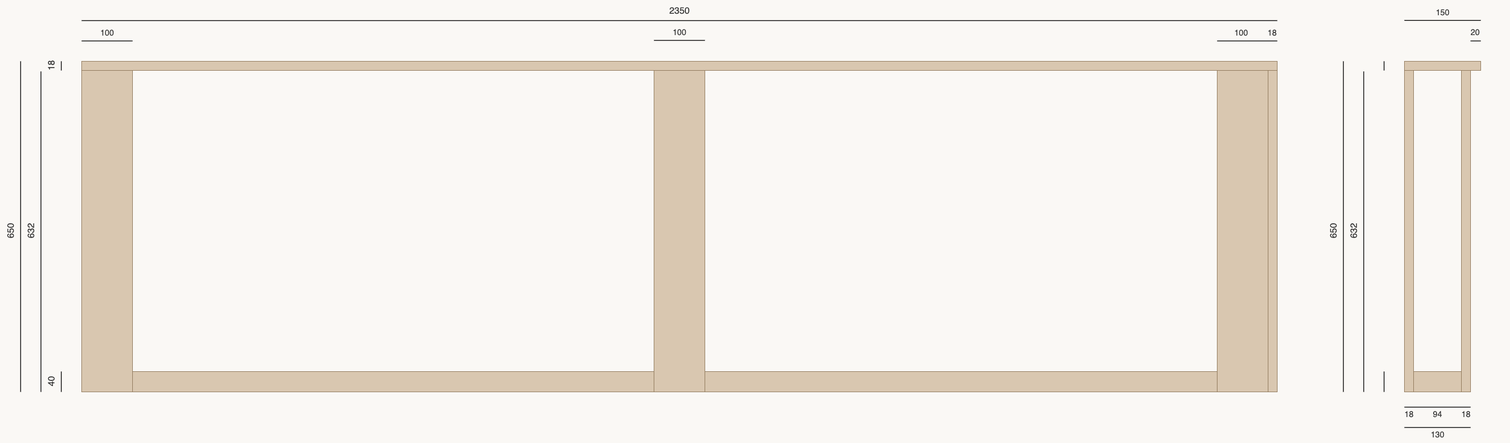
The draw.io diagram ikea-holmsund-sideboard/ikea-holmsund-sideboard.png in funkykay/diy-furniture, before a commit. Source tidied: cells renumbered, new cells last; positions are measured from the earlier drawing's top-left corner, leaving out a move shared by most shapes. The source it was exported from:
```xml
<mxGraphModel background="#faf8f5">
  <root>
    <mxCell id="0" />
    <mxCell id="1" parent="0" />
    <mxCell id="2" style="rounded=0;whiteSpace=wrap;html=1;fillColor=#d9c7b0;strokeColor=#8b7355;strokeWidth=1;" parent="1" vertex="1">
      <mxGeometry x="200" y="730" width="2332" height="40" as="geometry" />
    </mxCell>
    <mxCell id="3" style="rounded=0;whiteSpace=wrap;html=1;fillColor=#d9c7b0;strokeColor=#8b7355;strokeWidth=1;" parent="1" vertex="1">
      <mxGeometry x="200" y="120" width="2350" height="18" as="geometry" />
    </mxCell>
    <mxCell id="4" style="rounded=0;whiteSpace=wrap;html=1;rotation=0;direction=south;fillColor=#d9c7b0;strokeColor=#8b7355;strokeWidth=1;" parent="1" vertex="1">
      <mxGeometry x="200" y="138" width="100" height="632" as="geometry" />
    </mxCell>
    <mxCell id="5" style="rounded=0;whiteSpace=wrap;html=1;fillColor=#d9c7b0;strokeColor=#8b7355;strokeWidth=1;" parent="1" vertex="1">
      <mxGeometry x="1325" y="138" width="100" height="632" as="geometry" />
    </mxCell>
    <mxCell id="6" style="rounded=0;whiteSpace=wrap;html=1;fillColor=#d9c7b0;strokeColor=#8b7355;strokeWidth=1;" parent="1" vertex="1">
      <mxGeometry x="2432" y="138" width="100" height="632" as="geometry" />
    </mxCell>
    <mxCell id="7" style="rounded=0;whiteSpace=wrap;html=1;fillColor=#d9c7b0;strokeColor=#8b7355;strokeWidth=1;" parent="1" vertex="1">
      <mxGeometry x="2532" y="138" width="18" height="632" as="geometry" />
    </mxCell>
    <mxCell id="8" value="2350" style="text;html=1;strokeColor=none;fillColor=none;align=center;verticalAlign=middle;fontSize=18;fontColor=#333333;" parent="1" vertex="1">
      <mxGeometry x="1200" width="350" height="40" as="geometry" />
    </mxCell>
    <mxCell id="9" style="html=1;strokeWidth=1.5;startArrow=none;endArrow=none;" parent="1" edge="1">
      <mxGeometry relative="1" as="geometry">
        <mxPoint x="200" y="40" as="sourcePoint" />
        <mxPoint x="2550" y="40" as="targetPoint" />
      </mxGeometry>
    </mxCell>
    <mxCell id="10" value="650" style="text;html=1;strokeColor=none;fillColor=none;align=center;verticalAlign=middle;rotation=270;fontSize=18;fontColor=#333333;" parent="1" vertex="1">
      <mxGeometry y="434" width="120" height="40" as="geometry" />
    </mxCell>
    <mxCell id="11" style="html=1;strokeWidth=1.5;startArrow=none;endArrow=none;" parent="1" edge="1">
      <mxGeometry relative="1" as="geometry">
        <mxPoint x="80" y="120" as="sourcePoint" />
        <mxPoint x="80" y="770" as="targetPoint" />
      </mxGeometry>
    </mxCell>
    <mxCell id="12" value="100" style="text;html=1;strokeColor=none;fillColor=none;align=center;verticalAlign=middle;fontSize=16;fontColor=#333333;" parent="1" vertex="1">
      <mxGeometry x="185" y="50" width="130" height="30" as="geometry" />
    </mxCell>
    <mxCell id="13" style="html=1;strokeWidth=1.5;startArrow=none;endArrow=none;" parent="1" edge="1">
      <mxGeometry relative="1" as="geometry">
        <mxPoint x="200" y="80" as="sourcePoint" />
        <mxPoint x="300" y="80" as="targetPoint" />
      </mxGeometry>
    </mxCell>
    <mxCell id="14" value="18" style="text;html=1;strokeColor=none;fillColor=none;align=center;verticalAlign=middle;fontSize=16;fontColor=#333333;" parent="1" vertex="1">
      <mxGeometry x="2490" y="50" width="100" height="30" as="geometry" />
    </mxCell>
    <mxCell id="15" style="html=1;strokeWidth=1.5;startArrow=none;endArrow=none;" parent="1" edge="1">
      <mxGeometry relative="1" as="geometry">
        <mxPoint x="160" y="120" as="sourcePoint" />
        <mxPoint x="160" y="138" as="targetPoint" />
      </mxGeometry>
    </mxCell>
    <mxCell id="16" value="18" style="text;html=1;strokeColor=none;fillColor=none;align=center;verticalAlign=middle;rotation=270;fontSize=18;fontColor=#333333;" parent="1" vertex="1">
      <mxGeometry x="80" y="109" width="120" height="40" as="geometry" />
    </mxCell>
    <mxCell id="17" style="html=1;strokeWidth=1.5;startArrow=none;endArrow=none;" parent="1" edge="1">
      <mxGeometry relative="1" as="geometry">
        <mxPoint x="160" y="730" as="sourcePoint" />
        <mxPoint x="160" y="770" as="targetPoint" />
      </mxGeometry>
    </mxCell>
    <mxCell id="18" value="40" style="text;html=1;strokeColor=none;fillColor=none;align=center;verticalAlign=middle;rotation=270;fontSize=18;fontColor=#333333;" parent="1" vertex="1">
      <mxGeometry x="80" y="730" width="120" height="40" as="geometry" />
    </mxCell>
    <mxCell id="19" value="100" style="text;html=1;strokeColor=none;fillColor=none;align=center;verticalAlign=middle;fontSize=16;fontColor=#333333;" parent="1" vertex="1">
      <mxGeometry x="1310" y="49" width="130" height="30" as="geometry" />
    </mxCell>
    <mxCell id="20" style="html=1;strokeWidth=1.5;startArrow=none;endArrow=none;" parent="1" edge="1">
      <mxGeometry relative="1" as="geometry">
        <mxPoint x="1325" y="79" as="sourcePoint" />
        <mxPoint x="1425" y="79" as="targetPoint" />
      </mxGeometry>
    </mxCell>
    <mxCell id="21" value="100" style="text;html=1;strokeColor=none;fillColor=none;align=center;verticalAlign=middle;fontSize=16;fontColor=#333333;" parent="1" vertex="1">
      <mxGeometry x="2410" y="50" width="137" height="30" as="geometry" />
    </mxCell>
    <mxCell id="22" style="html=1;strokeWidth=1.5;startArrow=none;endArrow=none;" parent="1" edge="1">
      <mxGeometry relative="1" as="geometry">
        <mxPoint x="2432" y="80" as="sourcePoint" />
        <mxPoint x="2550" y="80" as="targetPoint" />
      </mxGeometry>
    </mxCell>
    <mxCell id="23" style="rounded=0;whiteSpace=wrap;html=1;fillColor=#d9c7b0;strokeColor=#8b7355;strokeWidth=1;" parent="1" vertex="1">
      <mxGeometry x="2800" y="120" width="150" height="18" as="geometry" />
    </mxCell>
    <mxCell id="24" style="rounded=0;whiteSpace=wrap;html=1;fillColor=#d9c7b0;strokeColor=#8b7355;strokeWidth=1;" parent="1" vertex="1">
      <mxGeometry x="2818" y="730" width="94" height="40" as="geometry" />
    </mxCell>
    <mxCell id="25" style="rounded=0;whiteSpace=wrap;html=1;fillColor=#d9c7b0;strokeColor=#8b7355;strokeWidth=1;" parent="1" vertex="1">
      <mxGeometry x="2800" y="138" width="18" height="632" as="geometry" />
    </mxCell>
    <mxCell id="26" style="rounded=0;whiteSpace=wrap;html=1;fillColor=#d9c7b0;strokeColor=#8b7355;strokeWidth=1;" parent="1" vertex="1">
      <mxGeometry x="2912" y="138" width="18" height="632" as="geometry" />
    </mxCell>
    <mxCell id="27" style="html=1;strokeWidth=1.5;startArrow=none;endArrow=none;" parent="1" edge="1">
      <mxGeometry relative="1" as="geometry">
        <mxPoint x="2800" y="39.7" as="sourcePoint" />
        <mxPoint x="2950" y="39.7" as="targetPoint" />
      </mxGeometry>
    </mxCell>
    <mxCell id="28" value="150" style="text;html=1;strokeColor=none;fillColor=none;align=center;verticalAlign=middle;fontSize=16;fontColor=#333333;" parent="1" vertex="1">
      <mxGeometry x="2806.5" y="9.7" width="137" height="30" as="geometry" />
    </mxCell>
    <mxCell id="29" style="html=1;strokeWidth=1.5;startArrow=none;endArrow=none;" parent="1" edge="1">
      <mxGeometry relative="1" as="geometry">
        <mxPoint x="2800" y="800" as="sourcePoint" />
        <mxPoint x="2930" y="800" as="targetPoint" />
      </mxGeometry>
    </mxCell>
    <mxCell id="30" value="94" style="text;html=1;strokeColor=none;fillColor=none;align=center;verticalAlign=middle;fontSize=16;fontColor=#333333;" parent="1" vertex="1">
      <mxGeometry x="2796.5" y="800" width="137" height="30" as="geometry" />
    </mxCell>
    <mxCell id="31" style="html=1;strokeWidth=1.5;startArrow=none;endArrow=none;" parent="1" edge="1">
      <mxGeometry relative="1" as="geometry">
        <mxPoint x="2800" y="840" as="sourcePoint" />
        <mxPoint x="2930" y="840" as="targetPoint" />
      </mxGeometry>
    </mxCell>
    <mxCell id="32" style="html=1;strokeWidth=1.5;startArrow=none;endArrow=none;" parent="1" edge="1">
      <mxGeometry relative="1" as="geometry">
        <mxPoint x="2930" y="80" as="sourcePoint" />
        <mxPoint x="2950" y="80" as="targetPoint" />
      </mxGeometry>
    </mxCell>
    <mxCell id="33" value="20" style="text;html=1;strokeColor=none;fillColor=none;align=center;verticalAlign=middle;fontSize=16;fontColor=#333333;" parent="1" vertex="1">
      <mxGeometry x="2870" y="49" width="137" height="30" as="geometry" />
    </mxCell>
    <mxCell id="34" value="130" style="text;html=1;strokeColor=none;fillColor=none;align=center;verticalAlign=middle;fontSize=16;fontColor=#333333;" parent="1" vertex="1">
      <mxGeometry x="2796.5" y="840" width="137" height="30" as="geometry" />
    </mxCell>
    <mxCell id="35" value="18" style="text;html=1;strokeColor=none;fillColor=none;align=center;verticalAlign=middle;fontSize=16;fontColor=#333333;" parent="1" vertex="1">
      <mxGeometry x="2852.5" y="800" width="137" height="30" as="geometry" />
    </mxCell>
    <mxCell id="36" value="18" style="text;html=1;strokeColor=none;fillColor=none;align=center;verticalAlign=middle;fontSize=16;fontColor=#333333;" parent="1" vertex="1">
      <mxGeometry x="2740.5" y="800" width="137" height="30" as="geometry" />
    </mxCell>
    <mxCell id="37" value="632" style="text;html=1;strokeColor=none;fillColor=none;align=center;verticalAlign=middle;rotation=270;fontSize=18;fontColor=#333333;" parent="1" vertex="1">
      <mxGeometry x="40" y="434" width="120" height="40" as="geometry" />
    </mxCell>
    <mxCell id="38" style="html=1;strokeWidth=1.5;startArrow=none;endArrow=none;" parent="1" edge="1">
      <mxGeometry relative="1" as="geometry">
        <mxPoint x="120" y="140" as="sourcePoint" />
        <mxPoint x="120" y="770" as="targetPoint" />
      </mxGeometry>
    </mxCell>
    <mxCell id="39" value="650" style="text;html=1;strokeColor=none;fillColor=none;align=center;verticalAlign=middle;rotation=270;fontSize=18;fontColor=#333333;" parent="1" vertex="1">
      <mxGeometry x="2600" y="434" width="120" height="40" as="geometry" />
    </mxCell>
    <mxCell id="40" style="html=1;strokeWidth=1.5;startArrow=none;endArrow=none;" parent="1" edge="1">
      <mxGeometry relative="1" as="geometry">
        <mxPoint x="2680" y="120" as="sourcePoint" />
        <mxPoint x="2680" y="770" as="targetPoint" />
      </mxGeometry>
    </mxCell>
    <mxCell id="41" style="html=1;strokeWidth=1.5;startArrow=none;endArrow=none;" parent="1" edge="1">
      <mxGeometry relative="1" as="geometry">
        <mxPoint x="2760" y="120" as="sourcePoint" />
        <mxPoint x="2760" y="138" as="targetPoint" />
      </mxGeometry>
    </mxCell>
    <mxCell id="42" style="html=1;strokeWidth=1.5;startArrow=none;endArrow=none;" parent="1" edge="1">
      <mxGeometry relative="1" as="geometry">
        <mxPoint x="2760" y="730" as="sourcePoint" />
        <mxPoint x="2760" y="770" as="targetPoint" />
      </mxGeometry>
    </mxCell>
    <mxCell id="43" value="632" style="text;html=1;strokeColor=none;fillColor=none;align=center;verticalAlign=middle;rotation=270;fontSize=18;fontColor=#333333;" parent="1" vertex="1">
      <mxGeometry x="2640" y="434" width="120" height="40" as="geometry" />
    </mxCell>
    <mxCell id="44" style="html=1;strokeWidth=1.5;startArrow=none;endArrow=none;" parent="1" edge="1">
      <mxGeometry relative="1" as="geometry">
        <mxPoint x="2720" y="140" as="sourcePoint" />
        <mxPoint x="2720" y="770" as="targetPoint" />
      </mxGeometry>
    </mxCell>
  </root>
</mxGraphModel>
```
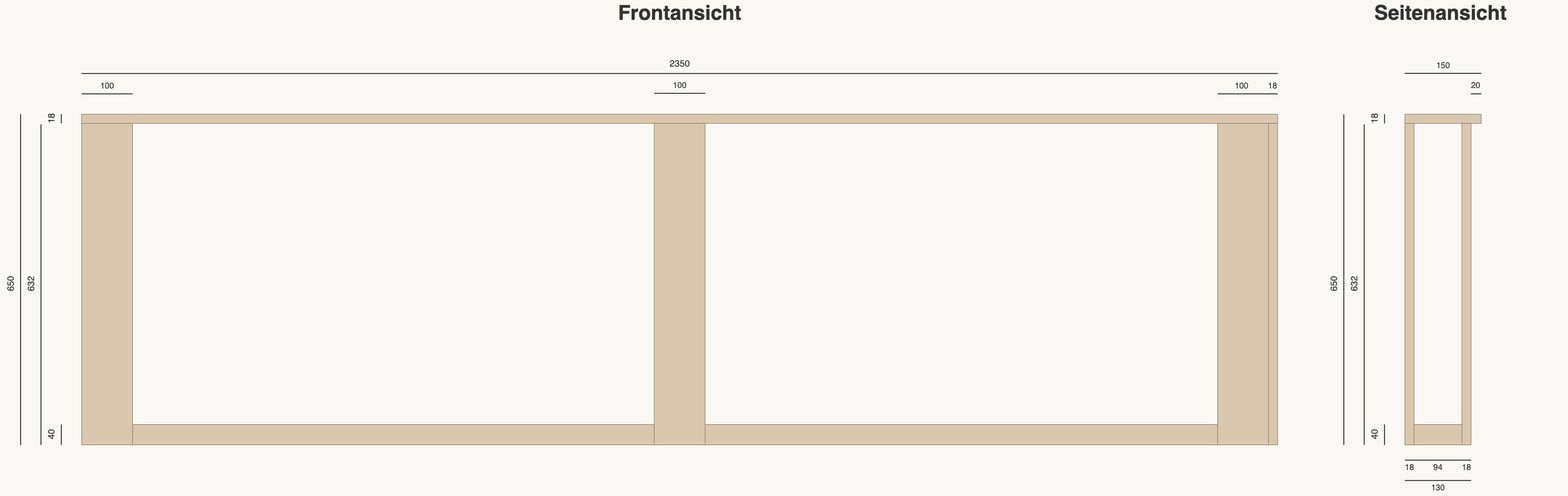
After the change.

Commit message:
feat(holmsund): überschriften für sichten

Diff of the diagram source:
```diff
@@ -179,5 +179,17 @@
         <mxPoint x="2720" y="770" as="targetPoint" />
       </mxGeometry>
     </mxCell>
+    <mxCell id="45" value="18" style="text;html=1;strokeColor=none;fillColor=none;align=center;verticalAlign=middle;rotation=270;fontSize=18;fontColor=#333333;" parent="1" vertex="1">
+      <mxGeometry x="2680" y="109" width="120" height="40" as="geometry" />
+    </mxCell>
+    <mxCell id="46" value="40" style="text;html=1;strokeColor=none;fillColor=none;align=center;verticalAlign=middle;rotation=270;fontSize=18;fontColor=#333333;" parent="1" vertex="1">
+      <mxGeometry x="2680" y="730" width="120" height="40" as="geometry" />
+    </mxCell>
+    <mxCell id="47" value="Frontansicht" style="text;html=1;strokeColor=none;fillColor=none;align=center;verticalAlign=middle;fontStyle=1;fontSize=40;fontColor=#333333;" parent="1" vertex="1">
+      <mxGeometry x="1000" y="-100" width="750" height="40" as="geometry" />
+    </mxCell>
+    <mxCell id="48" value="Seitenansicht" style="text;html=1;strokeColor=none;fillColor=none;align=center;verticalAlign=middle;fontStyle=1;fontSize=40;fontColor=#333333;" parent="1" vertex="1">
+      <mxGeometry x="2620" y="-100" width="500" height="40" as="geometry" />
+    </mxCell>
   </root>
 </mxGraphModel>
```
